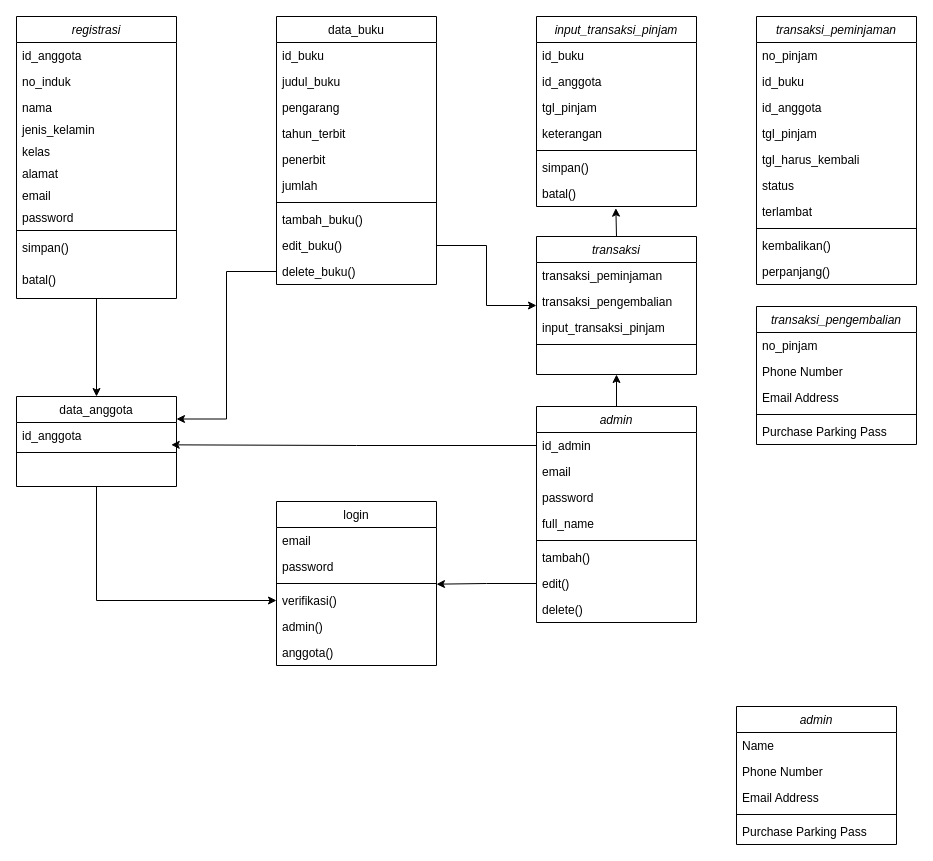
Earlier version of the draw.io diagram Untitled Diagram.drawio (Bangkithari18/draw). Source tidied: cells renumbered, new cells numbered last; positions are measured from the earlier drawing's top-left corner, leaving out a move shared by most shapes. Both pictures are drawn from the tidied source at 100%, with x=0, y=0 at pixel (16, 16).
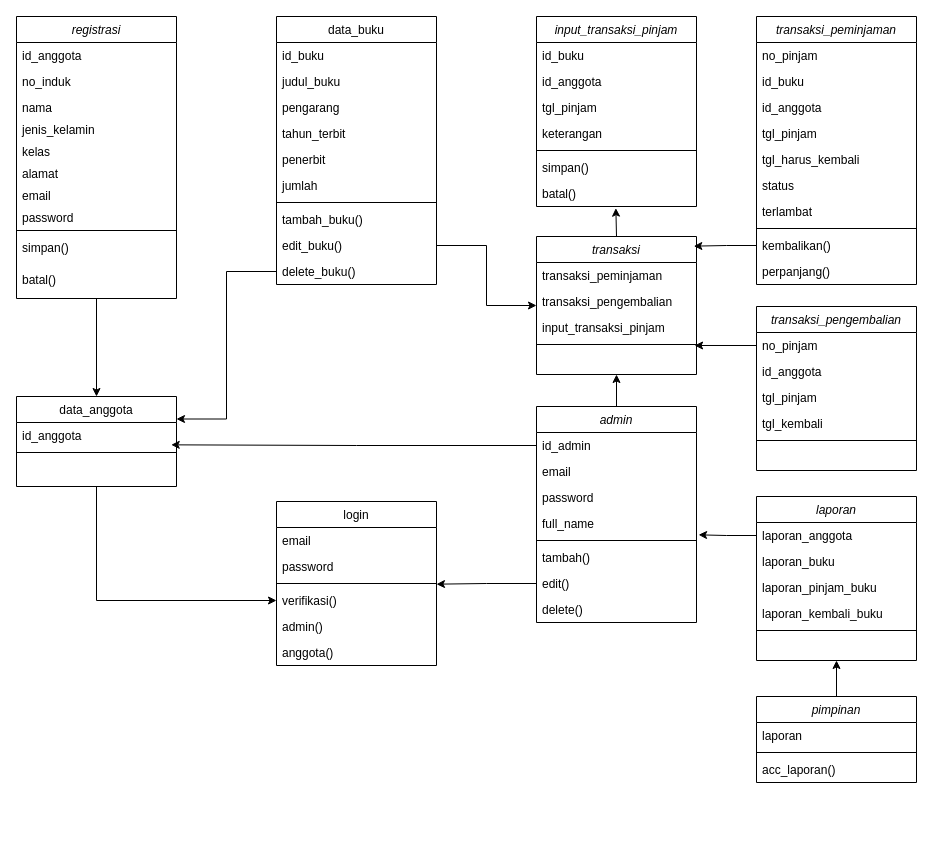
The same diagram, later.

The change refers to these unchanged cells:
```xml
<mxCell id="42" value="full_name" style="text;align=left;verticalAlign=top;spacingLeft=4;spacingRight=4;overflow=hidden;points=[[0,0.5],[1,0.5]];portConstraint=eastwest;rounded=0;shadow=0;html=0;" parent="38" vertex="1">
  <mxGeometry y="104" width="160" height="26" as="geometry" />
</mxCell>
<mxCell id="56" value="kembalikan()" style="text;align=left;verticalAlign=top;spacingLeft=4;spacingRight=4;overflow=hidden;points=[[0,0.5],[1,0.5]];portConstraint=eastwest;" parent="47" vertex="1">
  <mxGeometry y="216" width="160" height="26" as="geometry" />
</mxCell>
<mxCell id="58" value="transaksi" style="swimlane;fontStyle=2;align=center;verticalAlign=top;horizontal=1;startSize=26;rounded=0;shadow=0;strokeWidth=1;" parent="1" vertex="1">
  <mxGeometry x="520" y="220" width="160" height="138" as="geometry" />
</mxCell>
<mxCell id="61" value="input_transaksi_pinjam" style="text;align=left;verticalAlign=top;spacingLeft=4;spacingRight=4;overflow=hidden;points=[[0,0.5],[1,0.5]];portConstraint=eastwest;rounded=0;shadow=0;html=0;" parent="58" vertex="1">
  <mxGeometry y="78" width="160" height="26" as="geometry" />
</mxCell>
<mxCell id="83" value="no_pinjam" style="text;align=left;verticalAlign=top;spacingLeft=4;spacingRight=4;overflow=hidden;points=[[0,0.5],[1,0.5]];portConstraint=eastwest;" parent="82" vertex="1">
  <mxGeometry y="26" width="160" height="26" as="geometry" />
</mxCell>
```

The edit, as a diff of the source:
```diff
@@
+    <mxCell id="88" style="edgeStyle=orthogonalEdgeStyle;rounded=0;jettySize=auto;html=1;entryX=0.5;entryY=1;entryDx=0;entryDy=0;" parent="1" edge="1" source="76" target="92">
+      <mxGeometry relative="1" as="geometry" />
+    </mxCell>
-    <mxCell id="76" value="admin" style="swimlane;fontStyle=2;align=center;verticalAlign=top;horizontal=1;startSize=26;rounded=0;shadow=0;strokeWidth=1;" parent="1" vertex="1">
-      <mxGeometry x="720" y="690" width="160" height="138" as="geometry" />
+    <mxCell id="76" value="pimpinan" style="swimlane;fontStyle=2;align=center;verticalAlign=top;horizontal=1;startSize=26;rounded=0;shadow=0;strokeWidth=1;" parent="1" vertex="1">
+      <mxGeometry x="740" y="680" width="160" height="86" as="geometry" />
     </mxCell>
-    <mxCell id="77" value="Name" style="text;align=left;verticalAlign=top;spacingLeft=4;spacingRight=4;overflow=hidden;" parent="76" vertex="1">
+    <mxCell id="77" value="laporan" style="text;align=left;verticalAlign=top;spacingLeft=4;spacingRight=4;overflow=hidden;" parent="76" vertex="1">
       <mxGeometry y="26" width="160" height="26" as="geometry" />
     </mxCell>
-    <mxCell id="78" value="Phone Number" style="text;align=left;verticalAlign=top;spacingLeft=4;spacingRight=4;overflow=hidden;rounded=0;shadow=0;html=0;" parent="76" vertex="1">
-      <mxGeometry y="52" width="160" height="26" as="geometry" />
-    </mxCell>
-    <mxCell id="79" value="Email Address" style="text;align=left;verticalAlign=top;spacingLeft=4;spacingRight=4;overflow=hidden;rounded=0;shadow=0;html=0;" parent="76" vertex="1">
-      <mxGeometry y="78" width="160" height="26" as="geometry" />
-    </mxCell>
     <mxCell id="80" style="line;html=1;strokeWidth=1;align=left;verticalAlign=middle;spacingTop=-1;spacingLeft=3;spacingRight=3;labelPosition=right;" parent="76" vertex="1">
-      <mxGeometry y="104" width="160" height="8" as="geometry" />
+      <mxGeometry y="52" width="160" height="8" as="geometry" />
     </mxCell>
-    <mxCell id="81" value="Purchase Parking Pass" style="text;align=left;verticalAlign=top;spacingLeft=4;spacingRight=4;overflow=hidden;" parent="76" vertex="1">
-      <mxGeometry y="112" width="160" height="26" as="geometry" />
+    <mxCell id="81" value="acc_laporan()" style="text;align=left;verticalAlign=top;spacingLeft=4;spacingRight=4;overflow=hidden;" parent="76" vertex="1">
+      <mxGeometry y="60" width="160" height="26" as="geometry" />
     </mxCell>
     <mxCell id="82" value="transaksi_pengembalian" style="swimlane;fontStyle=2;align=center;verticalAlign=top;horizontal=1;startSize=26;rounded=0;shadow=0;strokeWidth=1;" parent="1" vertex="1">
-      <mxGeometry x="740" y="290" width="160" height="138" as="geometry" />
+      <mxGeometry x="740" y="290" width="160" height="164" as="geometry" />
     </mxCell>
@@
-    <mxCell id="84" value="Phone Number" style="text;align=left;verticalAlign=top;spacingLeft=4;spacingRight=4;overflow=hidden;rounded=0;shadow=0;html=0;" parent="82" vertex="1">
+    <mxCell id="84" value="id_anggota" style="text;align=left;verticalAlign=top;spacingLeft=4;spacingRight=4;overflow=hidden;rounded=0;shadow=0;html=0;" parent="82" vertex="1">
       <mxGeometry y="52" width="160" height="26" as="geometry" />
     </mxCell>
-    <mxCell id="85" value="Email Address" style="text;align=left;verticalAlign=top;spacingLeft=4;spacingRight=4;overflow=hidden;rounded=0;shadow=0;html=0;" parent="82" vertex="1">
+    <mxCell id="85" value="tgl_pinjam" style="text;align=left;verticalAlign=top;spacingLeft=4;spacingRight=4;overflow=hidden;rounded=0;shadow=0;html=0;" parent="82" vertex="1">
       <mxGeometry y="78" width="160" height="26" as="geometry" />
     </mxCell>
+    <mxCell id="89" value="tgl_kembali" style="text;align=left;verticalAlign=top;spacingLeft=4;spacingRight=4;overflow=hidden;rounded=0;shadow=0;html=0;" parent="82" vertex="1">
+      <mxGeometry y="104" width="160" height="26" as="geometry" />
+    </mxCell>
     <mxCell id="86" style="line;html=1;strokeWidth=1;align=left;verticalAlign=middle;spacingTop=-1;spacingLeft=3;spacingRight=3;labelPosition=right;" parent="82" vertex="1">
-      <mxGeometry y="104" width="160" height="8" as="geometry" />
+      <mxGeometry y="130" width="160" height="8" as="geometry" />
     </mxCell>
-    <mxCell id="87" value="Purchase Parking Pass" style="text;align=left;verticalAlign=top;spacingLeft=4;spacingRight=4;overflow=hidden;" parent="82" vertex="1">
-      <mxGeometry y="112" width="160" height="26" as="geometry" />
-    </mxCell>
+    <mxCell id="90" style="edgeStyle=orthogonalEdgeStyle;rounded=0;jettySize=auto;html=1;exitX=0;exitY=0.5;exitDx=0;exitDy=0;entryX=0.983;entryY=0.07;entryDx=0;entryDy=0;entryPerimeter=0;" parent="1" edge="1" source="56" target="58">
+      <mxGeometry relative="1" as="geometry" />
+    </mxCell>
+    <mxCell id="91" style="edgeStyle=orthogonalEdgeStyle;rounded=0;jettySize=auto;html=1;exitX=0;exitY=0.5;exitDx=0;exitDy=0;entryX=0.988;entryY=1.192;entryDx=0;entryDy=0;entryPerimeter=0;" parent="1" edge="1" source="83" target="61">
+      <mxGeometry relative="1" as="geometry" />
+    </mxCell>
+    <mxCell id="92" value="laporan" style="swimlane;fontStyle=2;align=center;verticalAlign=top;horizontal=1;startSize=26;rounded=0;shadow=0;strokeWidth=1;" parent="1" vertex="1">
+      <mxGeometry x="740" y="480" width="160" height="164" as="geometry" />
+    </mxCell>
+    <mxCell id="93" value="laporan_anggota" style="text;align=left;verticalAlign=top;spacingLeft=4;spacingRight=4;overflow=hidden;points=[[0,0.5],[1,0.5]];portConstraint=eastwest;" parent="92" vertex="1">
+      <mxGeometry y="26" width="160" height="26" as="geometry" />
+    </mxCell>
+    <mxCell id="94" value="laporan_buku" style="text;align=left;verticalAlign=top;spacingLeft=4;spacingRight=4;overflow=hidden;rounded=0;shadow=0;html=0;" parent="92" vertex="1">
+      <mxGeometry y="52" width="160" height="26" as="geometry" />
+    </mxCell>
+    <mxCell id="95" value="laporan_pinjam_buku" style="text;align=left;verticalAlign=top;spacingLeft=4;spacingRight=4;overflow=hidden;rounded=0;shadow=0;html=0;" parent="92" vertex="1">
+      <mxGeometry y="78" width="160" height="26" as="geometry" />
+    </mxCell>
+    <mxCell id="96" value="laporan_kembali_buku" style="text;align=left;verticalAlign=top;spacingLeft=4;spacingRight=4;overflow=hidden;rounded=0;shadow=0;html=0;" parent="92" vertex="1">
+      <mxGeometry y="104" width="160" height="26" as="geometry" />
+    </mxCell>
+    <mxCell id="97" style="line;html=1;strokeWidth=1;align=left;verticalAlign=middle;spacingTop=-1;spacingLeft=3;spacingRight=3;labelPosition=right;" parent="92" vertex="1">
+      <mxGeometry y="130" width="160" height="8" as="geometry" />
+    </mxCell>
+    <mxCell id="98" style="edgeStyle=orthogonalEdgeStyle;rounded=0;jettySize=auto;html=1;exitX=0;exitY=0.5;exitDx=0;exitDy=0;entryX=1.013;entryY=0.936;entryDx=0;entryDy=0;entryPerimeter=0;" parent="1" edge="1" source="93" target="42">
+      <mxGeometry relative="1" as="geometry" />
+    </mxCell>
```
